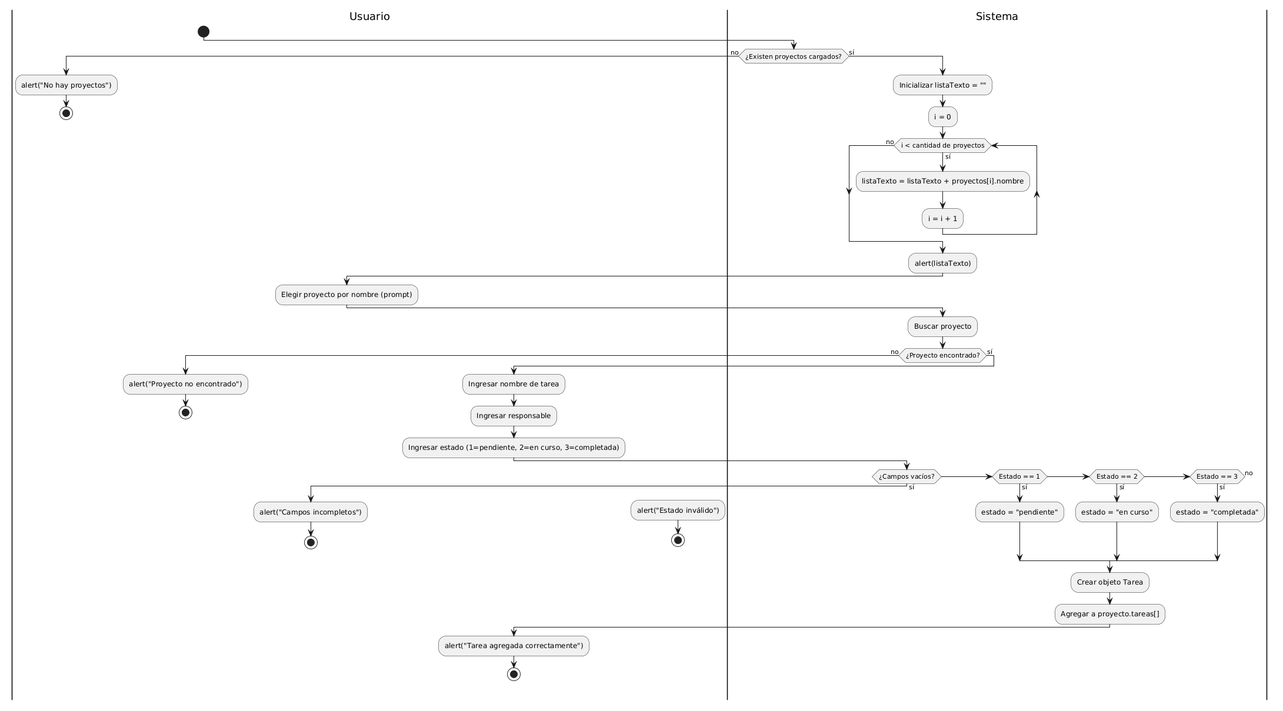
martindebenedetti/Planix keeps this PlantUML diagram as docs/05-diagramas/01-diagrama-de-actividades/actividad-flujo-2-agregar-tarea.png. Above is the earlier version.
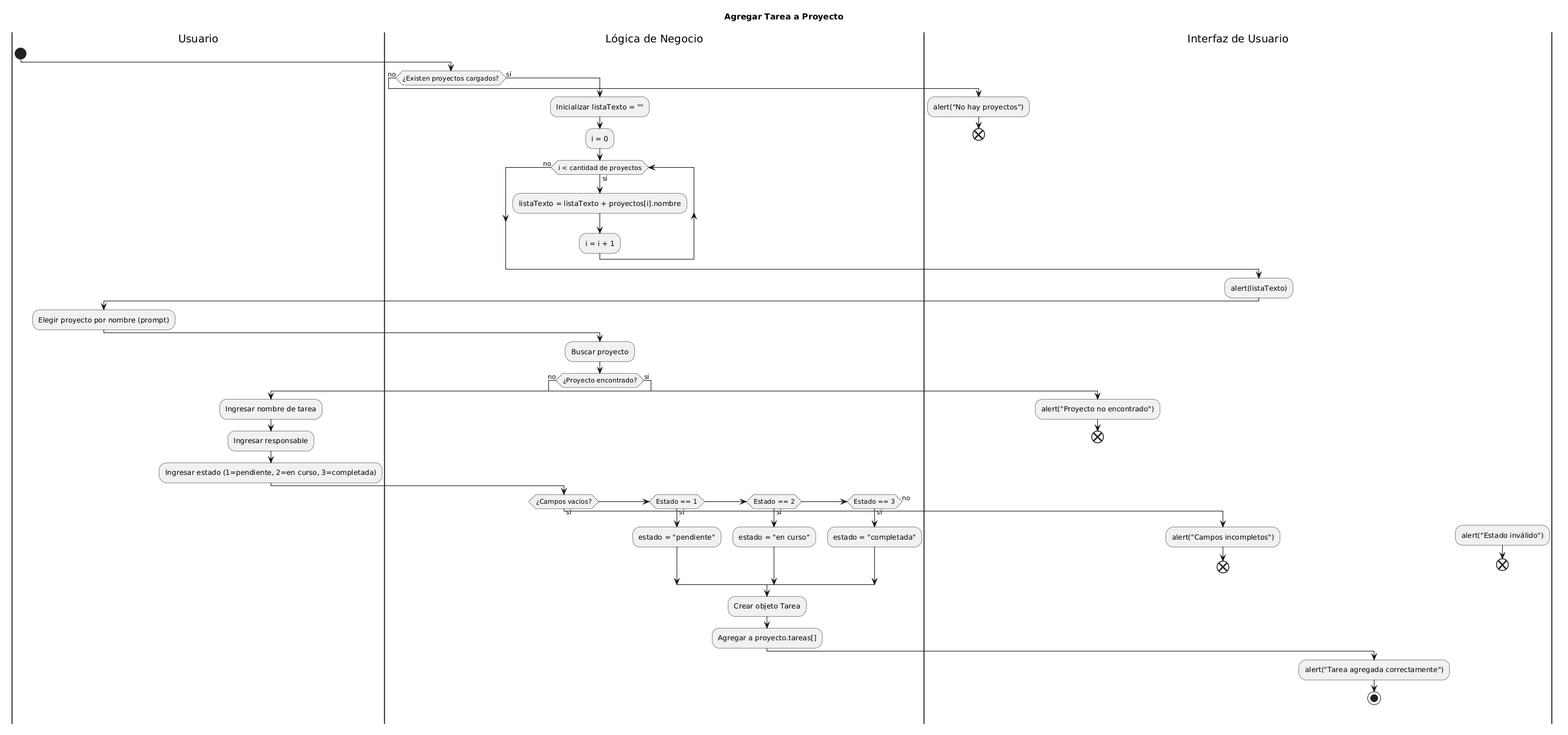
After the commit.

What changed in the source:
```diff
@@ -1,59 +1,61 @@
 @startuml
+title Agregar Tarea a Proyecto
 |Usuario|
 start
-|Sistema|
+|Lógica de Negocio|
 if (¿Existen proyectos cargados?) then (no)
-  |Usuario|
+  |Interfaz de Usuario|
   :alert("No hay proyectos");
-  stop
+  end
 else (sí)
-  |Sistema|
+  |Lógica de Negocio|
   :Inicializar listaTexto = "";
   :i = 0;
   while (i < cantidad de proyectos) is (sí)
     :listaTexto = listaTexto + proyectos[i].nombre;
     :i = i + 1;
   endwhile (no)
+  |Interfaz de Usuario|
   :alert(listaTexto);
   |Usuario|
   :Elegir proyecto por nombre (prompt);
 
-  |Sistema|
+  |Lógica de Negocio|
   :Buscar proyecto;
   if (¿Proyecto encontrado?) then (no)
-    |Usuario|
+    |Interfaz de Usuario|
     :alert("Proyecto no encontrado");
-    stop
+    end
   else (sí)
     |Usuario|
     :Ingresar nombre de tarea;
     :Ingresar responsable;
     :Ingresar estado (1=pendiente, 2=en curso, 3=completada);
 
-    |Sistema|
+    |Lógica de Negocio|
     if (¿Campos vacíos?) then (sí)
-      |Usuario|
+      |Interfaz de Usuario|
       :alert("Campos incompletos");
-      stop
+      end
     elseif (Estado == 1) then (sí)
-      |Sistema|
+      |Lógica de Negocio|
       :estado = "pendiente";
     elseif (Estado == 2) then (sí)
-      |Sistema|
+      |Lógica de Negocio|
       :estado = "en curso";
     elseif (Estado == 3) then (sí)
-      |Sistema|
+      |Lógica de Negocio|
       :estado = "completada";
     else (no)
-      |Usuario|
+      |Interfaz de Usuario|
       :alert("Estado inválido");
-      stop
+      end
     endif
 
-    |Sistema|
+    |Lógica de Negocio|
     :Crear objeto Tarea;
     :Agregar a proyecto.tareas[];
-    |Usuario|
+    |Interfaz de Usuario|
     :alert("Tarea agregada correctamente");
     stop
   endif
```
